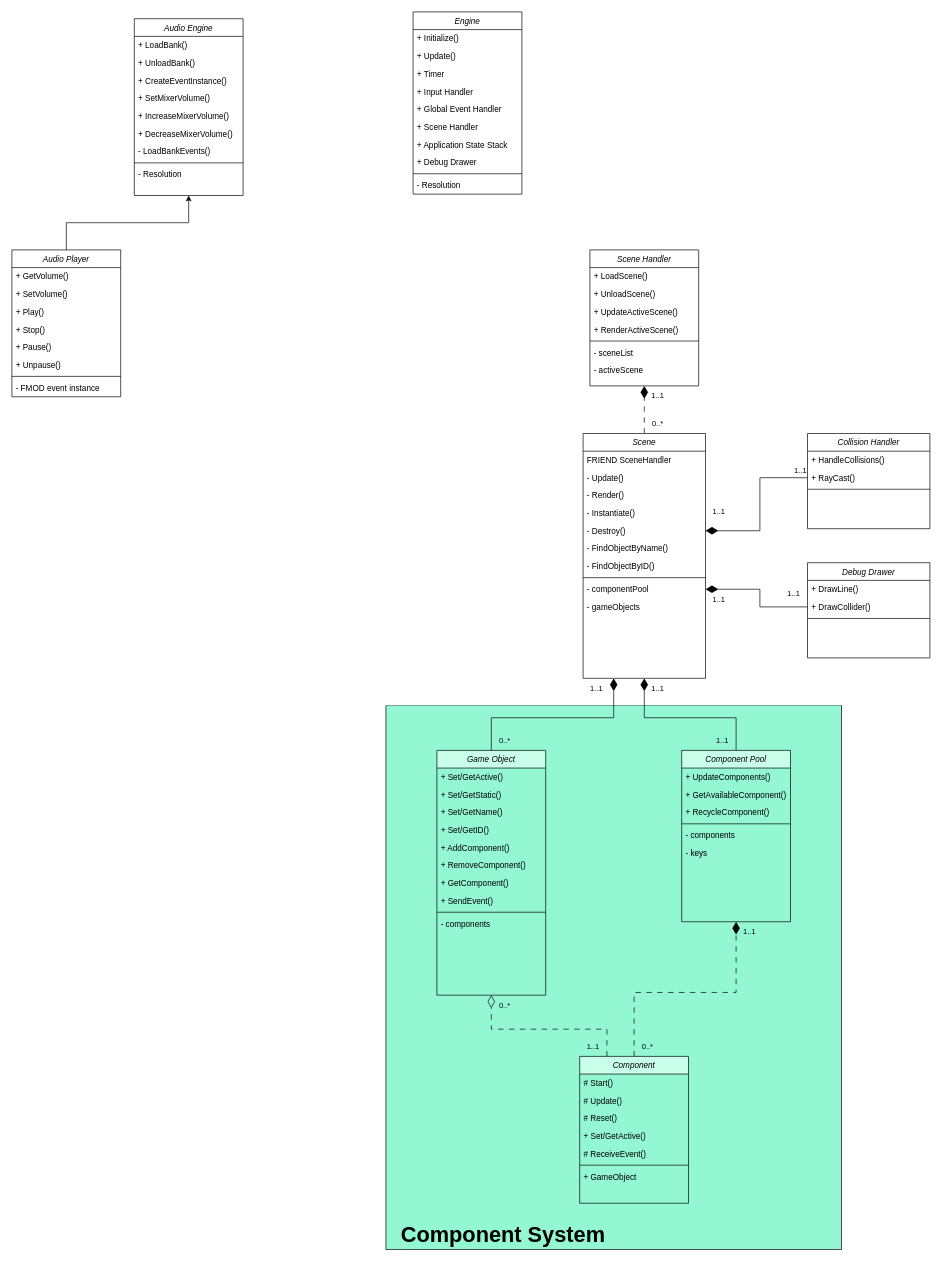
This is TGP.drawio from Tigerwaw/Engine, a draw.io file, before an edit. Source tidied: cells renumbered, new cells numbered last; positions are measured from the earlier drawing's top-left corner, leaving out a move shared by most shapes. Both pictures are drawn from the tidied source at 68%, with x=0, y=0 at pixel (12, 12).
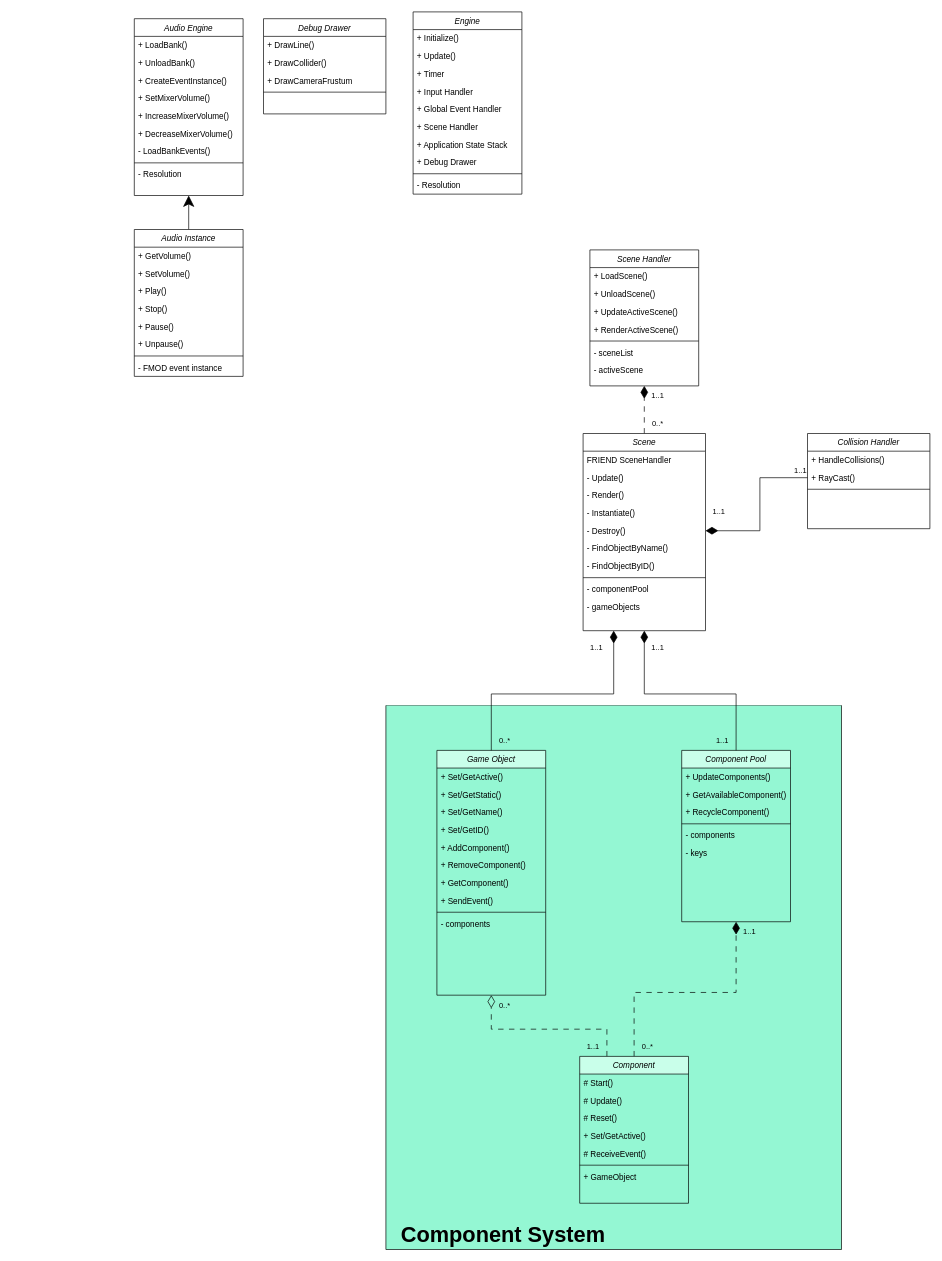
The same page after the edit.

The change refers to these unchanged cells:
```xml
<mxCell id="67" value="- componentPool" style="text;align=left;verticalAlign=top;spacingLeft=4;spacingRight=4;overflow=hidden;points=[[0,0.5],[1,0.5]];portConstraint=eastwest;rounded=0;shadow=0;html=0;" parent="58" vertex="1">
  <mxGeometry y="216" width="180" height="26" as="geometry" />
</mxCell>
<mxCell id="81" value="+ DrawCollider()" style="text;align=left;verticalAlign=top;spacingLeft=4;spacingRight=4;overflow=hidden;points=[[0,0.5],[1,0.5]];portConstraint=eastwest;rounded=0;shadow=0;html=0;" parent="79" vertex="1">
  <mxGeometry y="52" width="180" height="26" as="geometry" />
</mxCell>
<mxCell id="89" value="Audio Engine" style="swimlane;fontStyle=2;align=center;verticalAlign=top;horizontal=1;startSize=26;rounded=0;shadow=0;strokeWidth=1;" parent="1" vertex="1">
  <mxGeometry x="180" y="10" width="160" height="260" as="geometry" />
</mxCell>
```

What changed in the source:
```diff
@@
     <mxCell id="58" value="Scene" style="swimlane;fontStyle=2;align=center;verticalAlign=top;horizontal=1;startSize=26;rounded=0;shadow=0;strokeWidth=1;" parent="1" vertex="1">
-      <mxGeometry x="840" y="620" width="180" height="360" as="geometry" />
+      <mxGeometry x="840" y="620" width="180" height="290" as="geometry" />
     </mxCell>
@@
     <mxCell id="71" value="1..1" style="text;html=1;align=center;verticalAlign=middle;whiteSpace=wrap;rounded=0;fontFamily=Helvetica;fontSize=11;fontColor=default;labelBackgroundColor=default;" parent="1" vertex="1">
-      <mxGeometry x="830" y="980" width="60" height="30" as="geometry" />
+      <mxGeometry x="830" y="920" width="60" height="30" as="geometry" />
     </mxCell>
     <mxCell id="72" value="1..1" style="text;html=1;align=center;verticalAlign=middle;whiteSpace=wrap;rounded=0;fontFamily=Helvetica;fontSize=11;fontColor=default;labelBackgroundColor=default;" parent="1" vertex="1">
-      <mxGeometry x="920" y="980" width="60" height="30" as="geometry" />
+      <mxGeometry x="920" y="920" width="60" height="30" as="geometry" />
     </mxCell>
@@
     <mxCell id="79" value="Debug Drawer" style="swimlane;fontStyle=2;align=center;verticalAlign=top;horizontal=1;startSize=26;rounded=0;shadow=0;strokeWidth=1;" parent="1" vertex="1">
-      <mxGeometry x="1170" y="810" width="180" height="140" as="geometry" />
+      <mxGeometry x="370" y="10" width="180" height="140" as="geometry" />
     </mxCell>
@@
+    <mxCell id="109" value="+ DrawCameraFrustum" style="text;align=left;verticalAlign=top;spacingLeft=4;spacingRight=4;overflow=hidden;rounded=0;shadow=0;html=0;" parent="79" vertex="1">
+      <mxGeometry y="78" width="180" height="26" as="geometry" />
+    </mxCell>
     <mxCell id="82" style="line;html=1;strokeWidth=1;align=left;verticalAlign=middle;spacingTop=-1;spacingLeft=3;spacingRight=3;labelPosition=right;" parent="79" vertex="1">
-      <mxGeometry y="78" width="180" height="8" as="geometry" />
+      <mxGeometry y="104" width="180" height="8" as="geometry" />
     </mxCell>
@@
-    <mxCell id="86" value="1..1" style="text;html=1;align=center;verticalAlign=middle;whiteSpace=wrap;rounded=0;fontFamily=Helvetica;fontSize=11;fontColor=default;labelBackgroundColor=default;" parent="1" vertex="1">
-      <mxGeometry x="1120" y="840" width="60" height="30" as="geometry" />
-    </mxCell>
-    <mxCell id="87" value="1..1" style="text;html=1;align=center;verticalAlign=middle;whiteSpace=wrap;rounded=0;fontFamily=Helvetica;fontSize=11;fontColor=default;labelBackgroundColor=default;" parent="1" vertex="1">
-      <mxGeometry x="1010" y="850" width="60" height="30" as="geometry" />
-    </mxCell>
-    <mxCell id="88" style="edgeStyle=orthogonalEdgeStyle;shape=connector;rounded=0;jettySize=auto;html=1;exitX=0;exitY=0.5;exitDx=0;exitDy=0;entryX=1;entryY=0.5;entryDx=0;entryDy=0;strokeColor=default;strokeWidth=1;align=center;verticalAlign=middle;fontFamily=Helvetica;fontSize=11;fontColor=default;labelBackgroundColor=default;endArrow=diamondThin;endFill=1;endSize=16;" parent="1" edge="1" source="81" target="67">
-      <mxGeometry relative="1" as="geometry" />
-    </mxCell>
@@
-    <mxCell id="99" style="edgeStyle=orthogonalEdgeStyle;rounded=0;jettySize=auto;html=1;exitX=0.5;exitY=0;exitDx=0;exitDy=0;entryX=0.5;entryY=1;entryDx=0;entryDy=0;" parent="1" edge="1" source="100" target="89">
+    <mxCell id="99" style="edgeStyle=orthogonalEdgeStyle;rounded=0;jettySize=auto;html=1;exitX=0.5;exitY=0;exitDx=0;exitDy=0;entryX=0.5;entryY=1;entryDx=0;entryDy=0;strokeWidth=1;startSize=6;endSize=14;" parent="1" edge="1" source="100" target="89">
       <mxGeometry relative="1" as="geometry" />
     </mxCell>
-    <mxCell id="100" value="Audio Player" style="swimlane;fontStyle=2;align=center;verticalAlign=top;horizontal=1;startSize=26;rounded=0;shadow=0;strokeWidth=1;" parent="1" vertex="1">
-      <mxGeometry y="350" width="160" height="216" as="geometry" />
+    <mxCell id="100" value="Audio Instance" style="swimlane;fontStyle=2;align=center;verticalAlign=top;horizontal=1;startSize=26;rounded=0;shadow=0;strokeWidth=1;" parent="1" vertex="1">
+      <mxGeometry x="180" y="320" width="160" height="216" as="geometry" />
     </mxCell>
```
